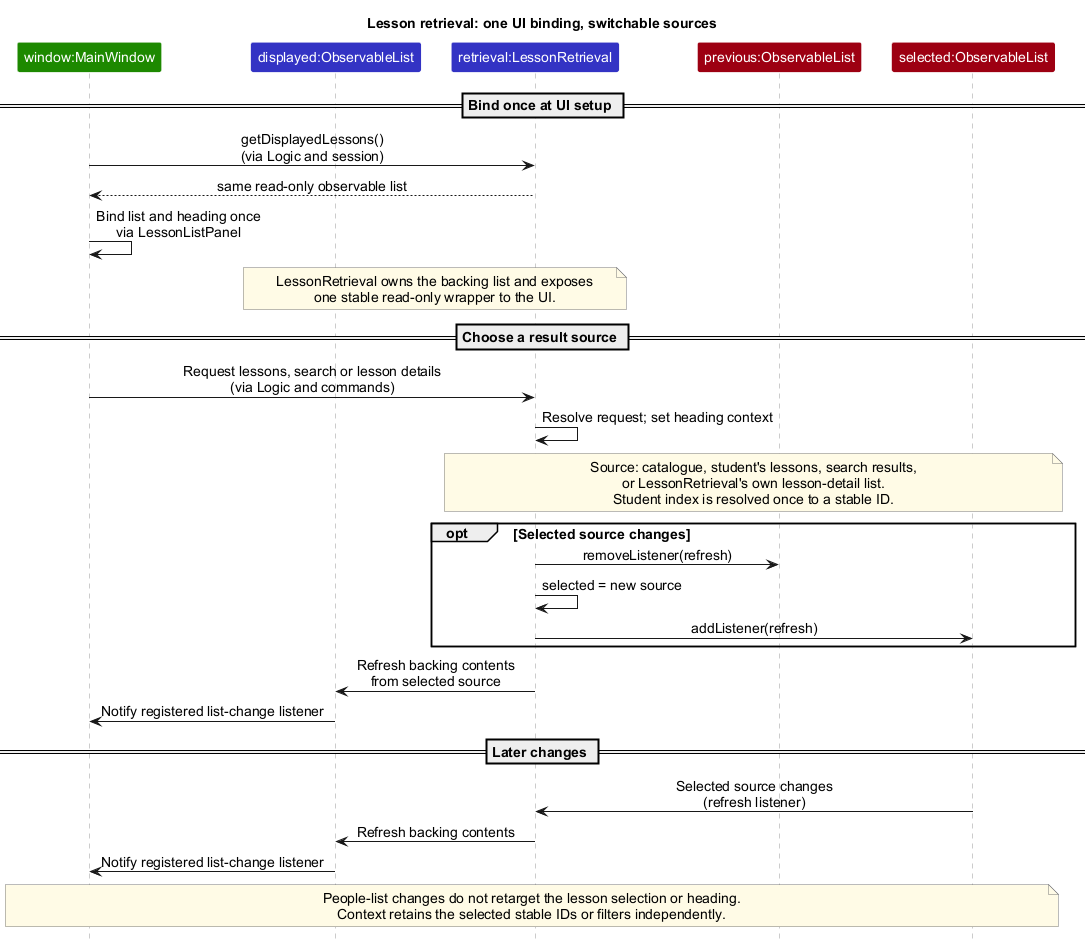
Above: docs/images/LessonRetrieval.png in AY2627S1-CS2103T-F13-3/tp (PlantUML), before the change.
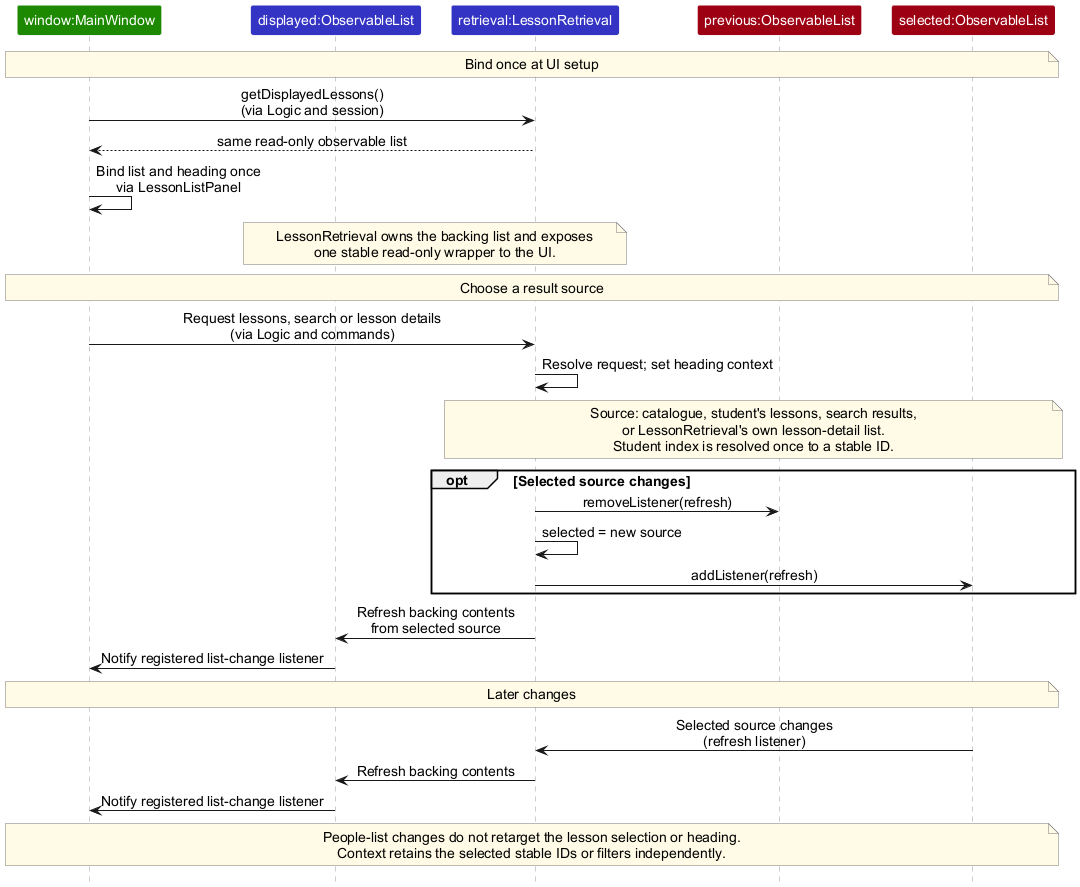
The same diagram one commit later.

What changed in the source:
```diff
@@ -13,7 +13,6 @@
 skinparam sequenceParticipantFontColor #FFFFFF
 hide footbox
 
-title Lesson retrieval: one UI binding, switchable sources
 
 participant "window:MainWindow" as UI UI_COLOR
 participant "displayed:ObservableList" as Displayed LOGIC_COLOR
@@ -21,7 +20,9 @@
 participant "previous:ObservableList" as Previous MODEL_COLOR
 participant "selected:ObservableList" as Next MODEL_COLOR
 
-== Bind once at UI setup ==
+note over UI, Next
+  Bind once at UI setup
+end note
 UI -> Retrieval : getDisplayedLessons()\n(via Logic and session)
 Retrieval --> UI : same read-only observable list
 UI -> UI : Bind list and heading once\nvia LessonListPanel
@@ -30,7 +31,9 @@
   one stable read-only wrapper to the UI.
 end note
 
-== Choose a result source ==
+note over UI, Next
+  Choose a result source
+end note
 UI -> Retrieval : Request lessons, search or lesson details\n(via Logic and commands)
 Retrieval -> Retrieval : Resolve request; set heading context
 note over Retrieval, Next
@@ -48,7 +51,9 @@
 Retrieval -> Displayed : Refresh backing contents\nfrom selected source
 Displayed -> UI : Notify registered list-change listener
 
-== Later changes ==
+note over UI, Next
+  Later changes
+end note
 Next -> Retrieval : Selected source changes\n(refresh listener)
 Retrieval -> Displayed : Refresh backing contents
 Displayed -> UI : Notify registered list-change listener
```
